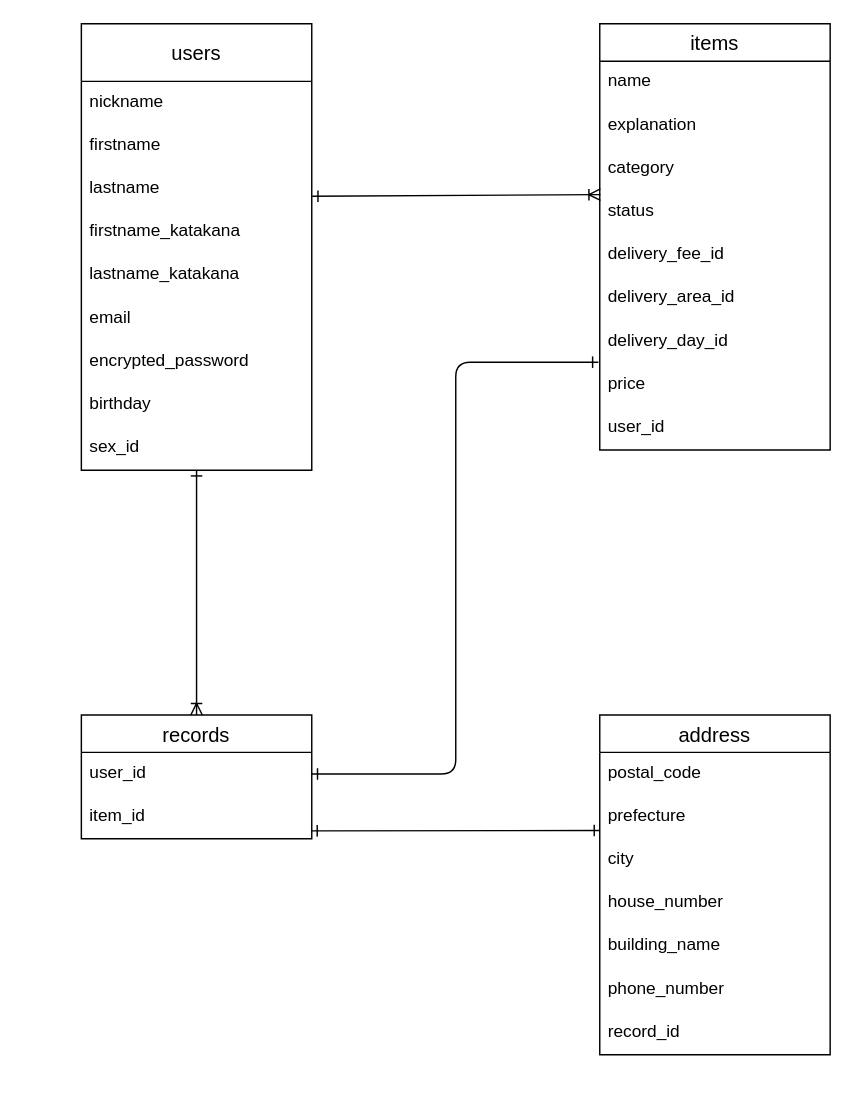
Earlier version of the draw.io diagram ER.dio (kazumaban/portfolio-ban). Source tidied: cells renumbered, new cells numbered last; positions are measured from the earlier drawing's top-left corner, leaving out a move shared by most shapes. Both pictures are drawn from the tidied source at 144%, with x=0, y=0 at pixel (81, 23).
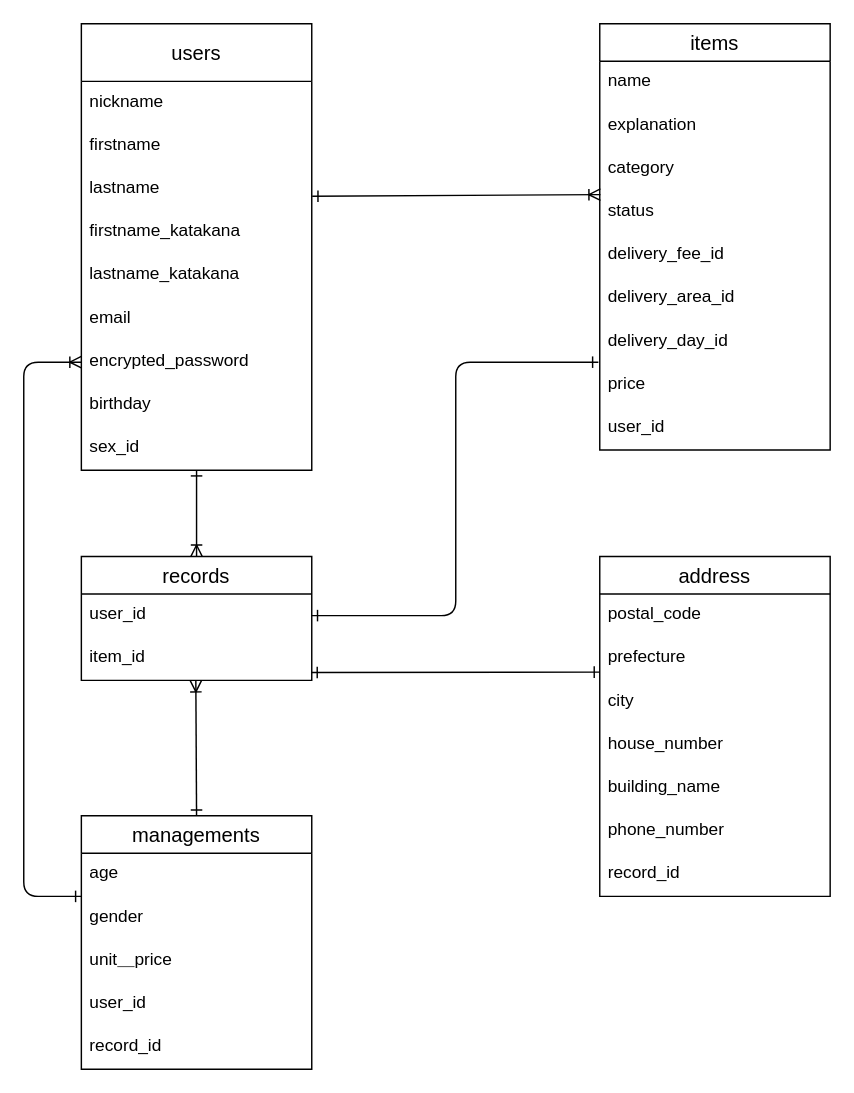
After the change.

The change refers to these unchanged cells:
```xml
<mxCell id="9" value="encrypted_password" style="text;strokeColor=none;fillColor=none;spacingLeft=4;spacingRight=4;overflow=hidden;points=[[0,0.5],[1,0.5]];portConstraint=eastwest;fontSize=12;" parent="2" vertex="1">
  <mxGeometry y="220" width="160" height="30" as="geometry" />
</mxCell>
<mxCell id="27" value="prefecture" style="text;strokeColor=none;fillColor=none;spacingLeft=4;spacingRight=4;overflow=hidden;points=[[0,0.5],[1,0.5]];portConstraint=eastwest;fontSize=12;" parent="25" vertex="1">
  <mxGeometry y="56" width="160" height="30" as="geometry" />
</mxCell>
```

The edit, as a diff of the source:
```diff
@@
     <mxCell id="22" value="records" style="swimlane;fontStyle=0;horizontal=1;startSize=26;align=center;fontSize=14;" parent="1" vertex="1">
-      <mxGeometry y="480" width="160" height="86" as="geometry" />
+      <mxGeometry y="370" width="160" height="86" as="geometry" />
     </mxCell>
@@
     <mxCell id="25" value="address" style="swimlane;fontStyle=0;horizontal=1;startSize=26;align=center;fontSize=14;" parent="1" vertex="1">
-      <mxGeometry x="360" y="480" width="160" height="236" as="geometry" />
+      <mxGeometry x="360" y="370" width="160" height="236" as="geometry" />
     </mxCell>
@@
     <mxCell id="35" style="endArrow=ERone;html=1;entryX=0.001;entryY=0.808;entryDx=0;entryDy=0;endFill=0;startArrow=ERone;startFill=0;entryPerimeter=0;exitX=0.999;exitY=0.815;exitDx=0;exitDy=0;exitPerimeter=0;" parent="1" edge="1" target="27">
       <mxGeometry relative="1" as="geometry">
-        <mxPoint x="159.8" y="560.5" as="sourcePoint" />
+        <mxPoint x="159.8" y="450.5" as="sourcePoint" />
       </mxGeometry>
     </mxCell>
@@
+    <mxCell id="37" value="managements" style="swimlane;fontStyle=0;horizontal=1;startSize=26;align=center;fontSize=14;" parent="1" vertex="1">
+      <mxGeometry y="550" width="160" height="176" as="geometry" />
+    </mxCell>
+    <mxCell id="38" value="age" style="text;strokeColor=none;fillColor=none;spacingLeft=4;spacingRight=4;overflow=hidden;fontSize=12;" parent="37" vertex="1">
+      <mxGeometry y="26" width="160" height="30" as="geometry" />
+    </mxCell>
+    <mxCell id="39" value="gender" style="text;strokeColor=none;fillColor=none;spacingLeft=4;spacingRight=4;overflow=hidden;fontSize=12;" parent="37" vertex="1">
+      <mxGeometry y="56" width="160" height="30" as="geometry" />
+    </mxCell>
+    <mxCell id="40" value="unit＿price" style="text;strokeColor=none;fillColor=none;spacingLeft=4;spacingRight=4;overflow=hidden;fontSize=12;" parent="37" vertex="1">
+      <mxGeometry y="86" width="160" height="30" as="geometry" />
+    </mxCell>
+    <mxCell id="41" value="user_id" style="text;strokeColor=none;fillColor=none;spacingLeft=4;spacingRight=4;overflow=hidden;fontSize=12;" parent="37" vertex="1">
+      <mxGeometry y="116" width="160" height="30" as="geometry" />
+    </mxCell>
+    <mxCell id="42" value="record_id" style="text;strokeColor=none;fillColor=none;spacingLeft=4;spacingRight=4;overflow=hidden;fontSize=12;" parent="37" vertex="1">
+      <mxGeometry y="146" width="160" height="30" as="geometry" />
+    </mxCell>
+    <mxCell id="43" style="endArrow=ERoneToMany;html=1;endFill=0;startArrow=ERone;startFill=0;" parent="1" edge="1">
+      <mxGeometry relative="1" as="geometry">
+        <mxPoint x="80" y="550" as="sourcePoint" />
+        <mxPoint x="79.5" y="456" as="targetPoint" />
+      </mxGeometry>
+    </mxCell>
+    <mxCell id="44" style="edgeStyle=elbowEdgeStyle;elbow=horizontal;endArrow=ERoneToMany;html=1;entryX=0;entryY=0.5;entryDx=0;entryDy=0;exitX=1;exitY=0.5;exitDx=0;exitDy=0;endFill=0;startArrow=ERone;startFill=0;" parent="1" edge="1" target="9">
+      <mxGeometry relative="1" as="geometry">
+        <mxPoint y="606" as="sourcePoint" />
+        <Array as="points">
+          <mxPoint x="-40" y="520" />
+        </Array>
+      </mxGeometry>
+    </mxCell>
```
